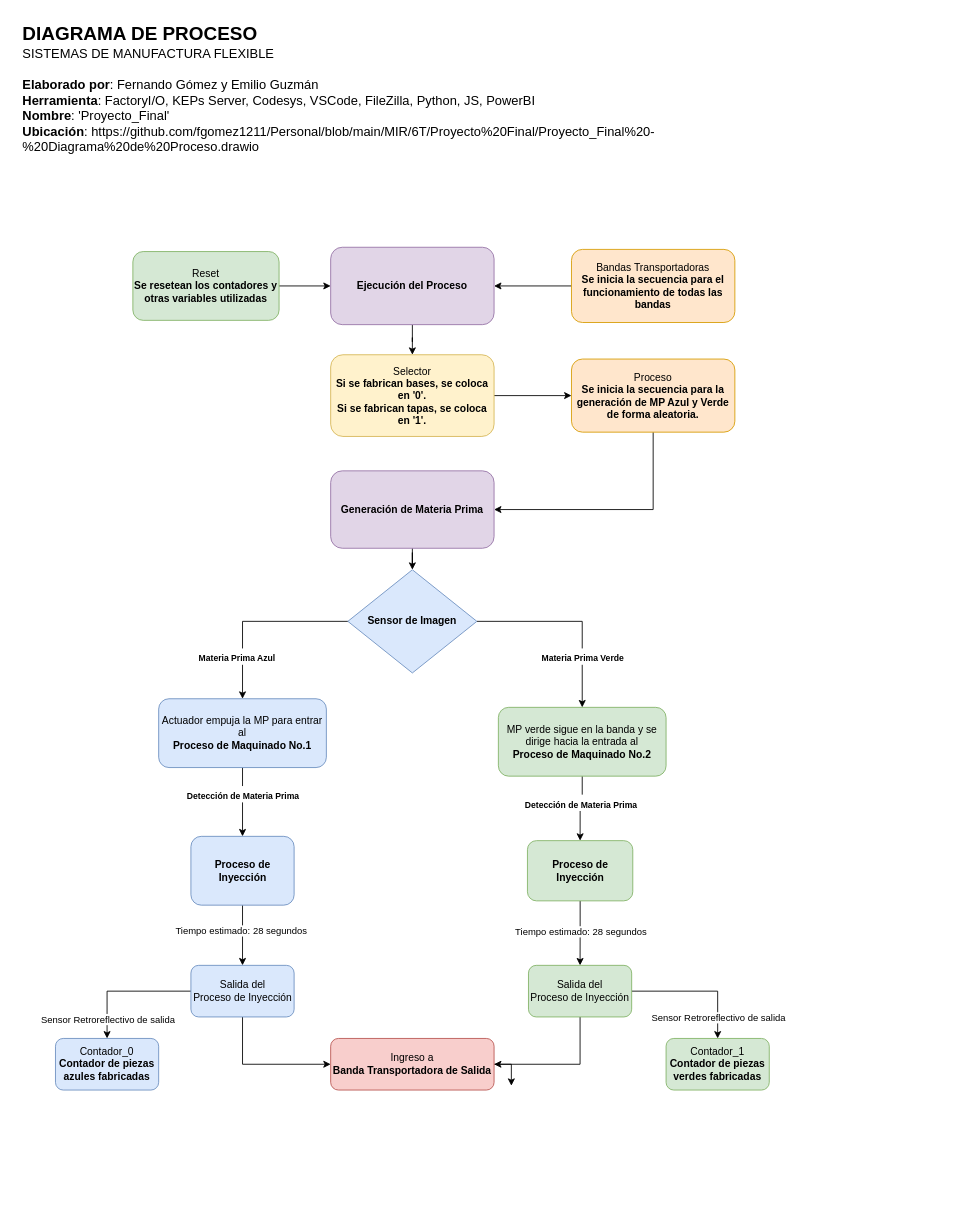
This is MIR/6T/Proyecto Final/Proyecto_Final - Diagrama de Proceso.drawio from fgomez1211/Personal, a draw.io file, before an edit. Source tidied: cells renumbered, new cells numbered last; positions are measured from the earlier drawing's top-left corner, leaving out a move shared by most shapes. Both pictures are drawn from the tidied source at 86%, with x=0, y=0 at pixel (21, 15).
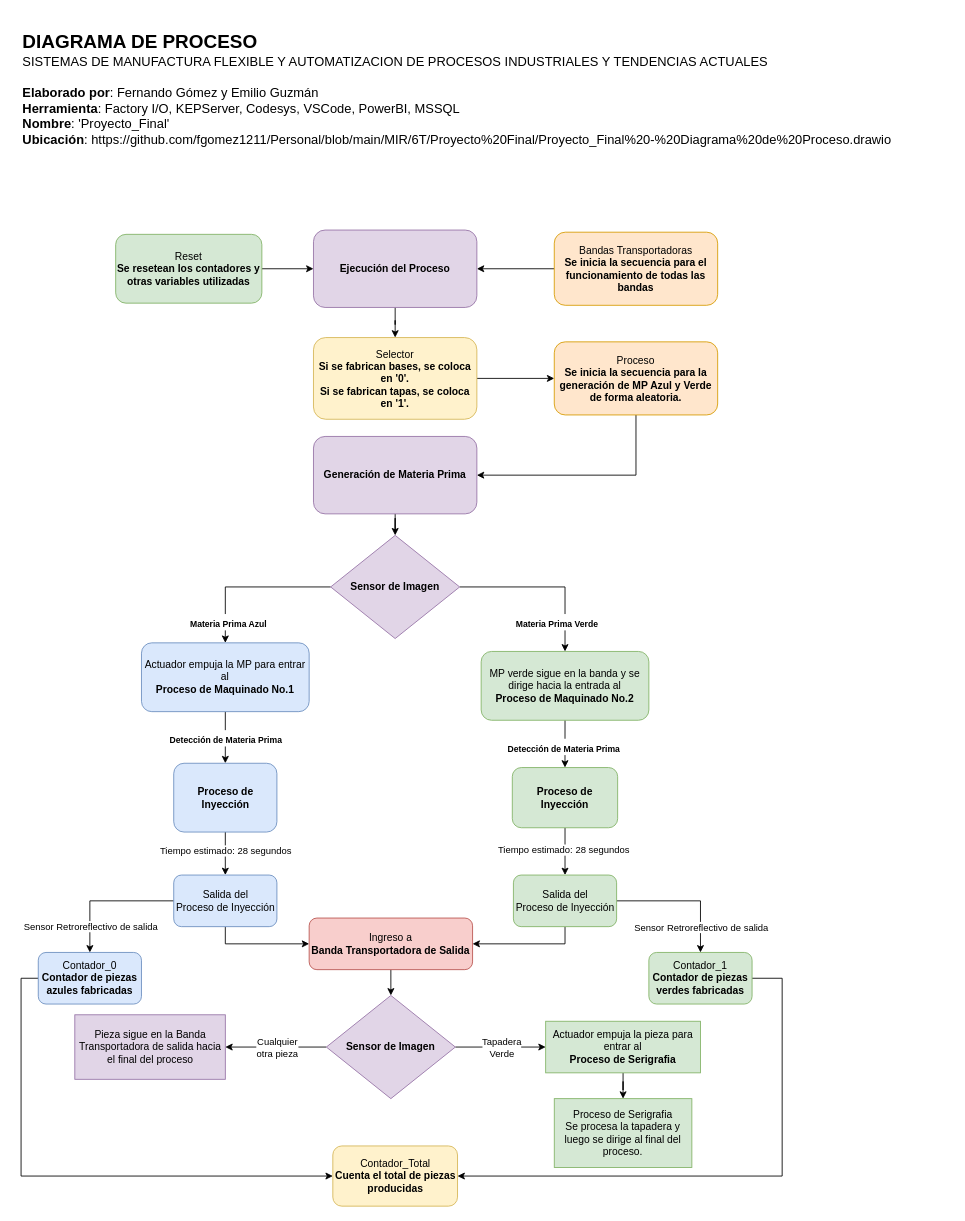
Above is the later version.

Unchanged cells that the change refers to:
```xml
<mxCell id="26" style="edgeStyle=orthogonalEdgeStyle;rounded=0;jettySize=auto;html=1;" parent="1" edge="1" source="28" target="34">
  <mxGeometry relative="1" as="geometry" />
</mxCell>
<mxCell id="32" style="edgeStyle=orthogonalEdgeStyle;rounded=0;jettySize=auto;html=1;" parent="1" edge="1" source="34" target="41">
  <mxGeometry relative="1" as="geometry" />
</mxCell>
```

What changed in the source:
```diff
@@
     <mxCell id="3" value="Reset&lt;br&gt;&lt;b&gt;Se resetean los contadores y otras variables utilizadas&lt;/b&gt;" style="rounded=1;whiteSpace=wrap;html=1;fontSize=12;glass=0;strokeWidth=1;shadow=0;fillColor=#d5e8d4;strokeColor=#82b366;" parent="1" vertex="1">
-      <mxGeometry x="130" y="275" width="170" height="80" as="geometry" />
+      <mxGeometry x="110" y="255" width="170" height="80" as="geometry" />
     </mxCell>
@@
     <mxCell id="5" value="MP verde sigue en la banda y se dirige hacia la entrada al&lt;br&gt;&lt;b&gt;Proceso de Maquinado No.2&lt;/b&gt;" style="whiteSpace=wrap;html=1;rounded=1;glass=0;strokeWidth=1;shadow=0;fillColor=#d5e8d4;strokeColor=#82b366;" parent="1" vertex="1">
-      <mxGeometry x="555" y="805" width="195" height="80" as="geometry" />
+      <mxGeometry x="535" y="740" width="195" height="80" as="geometry" />
     </mxCell>
@@
     <mxCell id="7" value="&lt;b&gt;Proceso de Inyección&lt;/b&gt;" style="whiteSpace=wrap;html=1;rounded=1;glass=0;strokeWidth=1;shadow=0;fillColor=#d5e8d4;strokeColor=#82b366;" parent="1" vertex="1">
-      <mxGeometry x="588.8" y="960" width="122.5" height="70" as="geometry" />
+      <mxGeometry x="571.2" y="875" width="122.5" height="70" as="geometry" />
     </mxCell>
-    <mxCell id="8" value="&lt;b style=&quot;font-size: 22px;&quot;&gt;DIAGRAMA DE PROCESO&lt;br&gt;&lt;/b&gt;&lt;font style=&quot;font-size: 15px;&quot;&gt;&lt;span style=&quot;font-size: 15px;&quot;&gt;SISTEMAS DE MANUFACTURA FLEXIBLE&lt;br&gt;&lt;/span&gt;&lt;br&gt;&lt;span style=&quot;font-size: 15px;&quot;&gt;&lt;b&gt;Elaborado por&lt;/b&gt;: Fernando Gómez y Emilio Guzmán&lt;/span&gt;&lt;br&gt;&lt;span style=&quot;font-size: 15px;&quot;&gt;&lt;b&gt;Herramienta&lt;/b&gt;: FactoryI/O, KEPs Server, Codesys, VSCode, FileZilla, Python, JS, PowerBI&lt;/span&gt;&lt;br&gt;&lt;span style=&quot;font-size: 15px;&quot;&gt;&lt;b&gt;Nombre&lt;/b&gt;: 'Proyecto_Final'&lt;/span&gt;&lt;br&gt;&lt;font style=&quot;font-size: 15px;&quot;&gt;&lt;b&gt;Ubicación&lt;/b&gt;:&amp;nbsp;https://github.com/fgomez1211/Personal/blob/main/MIR/6T/Proyecto%20Final/Proyecto_Final%20-%20Diagrama%20de%20Proceso.drawio&lt;br&gt;&lt;/font&gt;&lt;br&gt;&lt;/font&gt;" style="text;html=1;strokeColor=none;fillColor=none;align=left;verticalAlign=middle;whiteSpace=wrap;rounded=0;" parent="1" vertex="1">
-      <mxGeometry width="860" height="190" as="geometry" />
+    <mxCell id="8" value="&lt;b style=&quot;font-size: 22px;&quot;&gt;DIAGRAMA DE PROCESO&lt;br&gt;&lt;/b&gt;&lt;font style=&quot;font-size: 15px;&quot;&gt;&lt;span style=&quot;font-size: 15px;&quot;&gt;SISTEMAS DE MANUFACTURA FLEXIBLE Y AUTOMATIZACION DE PROCESOS INDUSTRIALES Y TENDENCIAS ACTUALES&lt;br&gt;&lt;/span&gt;&lt;br&gt;&lt;span style=&quot;font-size: 15px;&quot;&gt;&lt;b&gt;Elaborado por&lt;/b&gt;: Fernando Gómez y Emilio Guzmán&lt;/span&gt;&lt;br&gt;&lt;span style=&quot;font-size: 15px;&quot;&gt;&lt;b&gt;Herramienta&lt;/b&gt;: Factory I/O, KEPServer, Codesys, VSCode, PowerBI, MSSQL&lt;/span&gt;&lt;br&gt;&lt;span style=&quot;font-size: 15px;&quot;&gt;&lt;b&gt;Nombre&lt;/b&gt;: 'Proyecto_Final'&lt;/span&gt;&lt;br&gt;&lt;font style=&quot;font-size: 15px;&quot;&gt;&lt;b&gt;Ubicación&lt;/b&gt;:&amp;nbsp;https://github.com/fgomez1211/Personal/blob/main/MIR/6T/Proyecto%20Final/Proyecto_Final%20-%20Diagrama%20de%20Proceso.drawio&lt;br&gt;&lt;/font&gt;&lt;br&gt;&lt;/font&gt;" style="text;html=1;strokeColor=none;fillColor=none;align=left;verticalAlign=middle;whiteSpace=wrap;rounded=0;" parent="1" vertex="1">
+      <mxGeometry width="1080" height="190" as="geometry" />
     </mxCell>
@@
     <mxCell id="10" value="Bandas Transportadoras&lt;br&gt;&lt;b&gt;Se inicia la secuencia para el funcionamiento de todas las bandas&lt;/b&gt;" style="whiteSpace=wrap;html=1;rounded=1;glass=0;strokeWidth=1;shadow=0;fillColor=#ffe6cc;strokeColor=#d79b00;" parent="1" vertex="1">
-      <mxGeometry x="640" y="272.5" width="190" height="85" as="geometry" />
+      <mxGeometry x="620" y="252.5" width="190" height="85" as="geometry" />
     </mxCell>
@@
     <mxCell id="12" value="&lt;b&gt;Ejecución del Proceso&lt;/b&gt;" style="whiteSpace=wrap;html=1;rounded=1;glass=0;strokeWidth=1;shadow=0;fillColor=#e1d5e7;strokeColor=#9673a6;" parent="1" vertex="1">
-      <mxGeometry x="360" y="270" width="190" height="90" as="geometry" />
+      <mxGeometry x="340" y="250" width="190" height="90" as="geometry" />
     </mxCell>
@@
-    <mxCell id="17" value="&lt;b&gt;Sensor de Imagen&lt;/b&gt;" style="rhombus;whiteSpace=wrap;html=1;fillColor=#dae8fc;strokeColor=#6c8ebf;" parent="1" vertex="1">
-      <mxGeometry x="380" y="645" width="150" height="120" as="geometry" />
+    <mxCell id="17" value="&lt;b&gt;Sensor de Imagen&lt;/b&gt;" style="rhombus;whiteSpace=wrap;html=1;fillColor=#e1d5e7;strokeColor=#9673a6;" parent="1" vertex="1">
+      <mxGeometry x="360" y="605" width="150" height="120" as="geometry" />
     </mxCell>
@@
     <mxCell id="19" value="Actuador empuja la MP para entrar al &lt;br&gt;&lt;b&gt;Proceso de Maquinado No.1&lt;/b&gt;" style="whiteSpace=wrap;html=1;rounded=1;glass=0;strokeWidth=1;shadow=0;fillColor=#dae8fc;strokeColor=#6c8ebf;" parent="1" vertex="1">
-      <mxGeometry x="160" y="795" width="195" height="80" as="geometry" />
+      <mxGeometry x="140" y="730" width="195" height="80" as="geometry" />
     </mxCell>
-    <mxCell id="20" style="edgeStyle=orthogonalEdgeStyle;rounded=0;jettySize=auto;html=1;exitX=1;exitY=0.5;exitDx=0;exitDy=0;" parent="1" edge="1" source="21">
-      <mxGeometry relative="1" as="geometry">
-        <mxPoint x="570.1" y="1245" as="targetPoint" />
-      </mxGeometry>
-    </mxCell>
+    <mxCell id="44" style="edgeStyle=orthogonalEdgeStyle;rounded=0;jettySize=auto;html=1;exitX=0.5;exitY=1;exitDx=0;exitDy=0;entryX=0.5;entryY=0;entryDx=0;entryDy=0;" parent="1" edge="1" source="21" target="50">
+      <mxGeometry relative="1" as="geometry" />
+    </mxCell>
     <mxCell id="21" value="Ingreso a &lt;br&gt;&lt;b&gt;Banda Transportadora de Salida&lt;/b&gt;" style="whiteSpace=wrap;html=1;rounded=1;glass=0;strokeWidth=1;shadow=0;fillColor=#f8cecc;strokeColor=#b85450;" parent="1" vertex="1">
-      <mxGeometry x="360" y="1190" width="190" height="60" as="geometry" />
+      <mxGeometry x="335" y="1050" width="190" height="60" as="geometry" />
     </mxCell>
@@
     <mxCell id="23" value="Selector&lt;br&gt;&lt;b&gt;Si se fabrican bases, se coloca en '0'.&lt;br&gt;Si se fabrican tapas, se coloca en '1'.&lt;/b&gt;" style="whiteSpace=wrap;html=1;rounded=1;glass=0;strokeWidth=1;shadow=0;fillColor=#fff2cc;strokeColor=#d6b656;" parent="1" vertex="1">
-      <mxGeometry x="360" y="395" width="190" height="95" as="geometry" />
+      <mxGeometry x="340" y="375" width="190" height="95" as="geometry" />
     </mxCell>
@@
     <mxCell id="25" value="&lt;b&gt;Generación de Materia Prima&lt;/b&gt;" style="whiteSpace=wrap;html=1;rounded=1;glass=0;strokeWidth=1;shadow=0;fillColor=#e1d5e7;strokeColor=#9673a6;" parent="1" vertex="1">
-      <mxGeometry x="360" y="530" width="190" height="90" as="geometry" />
+      <mxGeometry x="340" y="490" width="190" height="90" as="geometry" />
     </mxCell>
@@
     <mxCell id="27" value="Tiempo estimado: 28 segundos" style="edgeLabel;html=1;align=center;verticalAlign=middle;" parent="26" vertex="1">
-      <mxGeometry x="-0.18" y="-2" relative="1" as="geometry" />
+      <mxGeometry x="-0.18" y="-2" relative="1" as="geometry">
+        <mxPoint x="2" as="offset" />
+      </mxGeometry>
     </mxCell>
     <mxCell id="28" value="&lt;b&gt;Proceso de Inyección&lt;/b&gt;" style="whiteSpace=wrap;html=1;rounded=1;glass=0;strokeWidth=1;shadow=0;fillColor=#dae8fc;strokeColor=#6c8ebf;" parent="1" vertex="1">
-      <mxGeometry x="197.5" y="955" width="120" height="80" as="geometry" />
+      <mxGeometry x="177.5" y="870" width="120" height="80" as="geometry" />
     </mxCell>
     <mxCell id="29" value="&lt;b style=&quot;border-color: var(--border-color);&quot;&gt;&lt;font style=&quot;border-color: var(--border-color); font-size: 10px;&quot;&gt;Detección de Materia Prima&lt;/font&gt;&lt;/b&gt;" style="edgeLabel;html=1;align=center;verticalAlign=middle;fontSize=16;" parent="1" vertex="1">
-      <mxGeometry x="257.5" y="905" as="geometry" />
+      <mxGeometry x="237.5" y="840" as="geometry" />
     </mxCell>
     <mxCell id="30" value="&lt;b style=&quot;border-color: var(--border-color);&quot;&gt;&lt;font style=&quot;border-color: var(--border-color); font-size: 10px;&quot;&gt;Detección de Materia Prima&lt;/font&gt;&lt;/b&gt;" style="edgeLabel;html=1;align=center;verticalAlign=middle;fontSize=16;" parent="1" vertex="1">
-      <mxGeometry x="650" y="915" as="geometry" />
+      <mxGeometry x="630" y="850" as="geometry" />
     </mxCell>
@@
     <mxCell id="33" value="Sensor Retroreflectivo de salida" style="edgeLabel;html=1;align=center;verticalAlign=middle;" parent="32" vertex="1">
       <mxGeometry x="0.48" y="-1" relative="1" as="geometry">
-        <mxPoint x="1" y="17" as="offset" />
+        <mxPoint x="1" y="10" as="offset" />
       </mxGeometry>
     </mxCell>
     <mxCell id="34" value="Salida del &lt;br&gt;Proceso de Inyección" style="whiteSpace=wrap;html=1;fillColor=#dae8fc;strokeColor=#6c8ebf;rounded=1;glass=0;strokeWidth=1;shadow=0;" parent="1" vertex="1">
-      <mxGeometry x="197.5" y="1105" width="120" height="60" as="geometry" />
+      <mxGeometry x="177.5" y="1000" width="120" height="60" as="geometry" />
     </mxCell>
@@
     <mxCell id="37" value="Salida del&lt;br&gt;Proceso de Inyección" style="whiteSpace=wrap;html=1;fillColor=#d5e8d4;strokeColor=#82b366;rounded=1;glass=0;strokeWidth=1;shadow=0;" parent="1" vertex="1">
-      <mxGeometry x="590" y="1105" width="120" height="60" as="geometry" />
+      <mxGeometry x="572.5" y="1000" width="120" height="60" as="geometry" />
     </mxCell>
     <mxCell id="38" value="Tiempo estimado: 28 segundos" style="edgeLabel;html=1;align=center;verticalAlign=middle;" parent="1" vertex="1">
-      <mxGeometry x="650" y="1065" as="geometry" />
+      <mxGeometry x="630" y="970" as="geometry" />
     </mxCell>
@@
     <mxCell id="40" value="Proceso&lt;br&gt;&lt;b&gt;Se inicia la secuencia para la generación de MP Azul y Verde de forma aleatoria.&lt;/b&gt;" style="whiteSpace=wrap;html=1;rounded=1;glass=0;strokeWidth=1;shadow=0;fillColor=#ffe6cc;strokeColor=#d79b00;" parent="1" vertex="1">
-      <mxGeometry x="640" y="400" width="190" height="85" as="geometry" />
+      <mxGeometry x="620" y="380" width="190" height="85" as="geometry" />
     </mxCell>
+    <mxCell id="45" style="edgeStyle=orthogonalEdgeStyle;rounded=0;jettySize=auto;html=1;exitX=0;exitY=0.5;exitDx=0;exitDy=0;entryX=0;entryY=0.5;entryDx=0;entryDy=0;" parent="1" edge="1" source="41" target="55">
+      <mxGeometry relative="1" as="geometry" />
+    </mxCell>
     <mxCell id="41" value="Contador_0&lt;br&gt;&lt;b&gt;Contador de piezas azules fabricadas&lt;/b&gt;" style="whiteSpace=wrap;html=1;fillColor=#dae8fc;strokeColor=#6c8ebf;rounded=1;glass=0;strokeWidth=1;shadow=0;" parent="1" vertex="1">
-      <mxGeometry x="40" y="1190" width="120" height="60" as="geometry" />
+      <mxGeometry x="20" y="1090" width="120" height="60" as="geometry" />
     </mxCell>
+    <mxCell id="46" style="edgeStyle=orthogonalEdgeStyle;rounded=0;jettySize=auto;html=1;exitX=1;exitY=0.5;exitDx=0;exitDy=0;entryX=1;entryY=0.5;entryDx=0;entryDy=0;" parent="1" edge="1" source="42" target="55">
+      <mxGeometry relative="1" as="geometry">
+        <Array as="points">
+          <mxPoint x="885" y="1120" />
+          <mxPoint x="885" y="1350" />
+        </Array>
+      </mxGeometry>
+    </mxCell>
     <mxCell id="42" value="Contador_1&lt;br style=&quot;border-color: var(--border-color);&quot;&gt;&lt;b style=&quot;border-color: var(--border-color);&quot;&gt;Contador de piezas verdes fabricadas&lt;/b&gt;" style="whiteSpace=wrap;html=1;fillColor=#d5e8d4;strokeColor=#82b366;rounded=1;glass=0;strokeWidth=1;shadow=0;" parent="1" vertex="1">
-      <mxGeometry x="750" y="1190" width="120" height="60" as="geometry" />
+      <mxGeometry x="730" y="1090" width="120" height="60" as="geometry" />
     </mxCell>
     <mxCell id="43" value="Sensor Retroreflectivo de salida" style="edgeLabel;html=1;align=center;verticalAlign=middle;" parent="1" vertex="1">
-      <mxGeometry x="810" y="1165" as="geometry" />
+      <mxGeometry x="790" y="1060" as="geometry" />
     </mxCell>
+    <mxCell id="47" style="edgeStyle=orthogonalEdgeStyle;rounded=0;jettySize=auto;html=1;" parent="1" edge="1" source="50" target="52">
+      <mxGeometry relative="1" as="geometry" />
+    </mxCell>
+    <mxCell id="48" value="Tapadera&lt;br&gt;Verde" style="edgeLabel;html=1;align=center;verticalAlign=middle;" parent="47" vertex="1">
+      <mxGeometry x="-0.35" y="-1" relative="1" as="geometry">
+        <mxPoint x="19" y="-1" as="offset" />
+      </mxGeometry>
+    </mxCell>
+    <mxCell id="49" style="edgeStyle=orthogonalEdgeStyle;rounded=0;jettySize=auto;html=1;" parent="1" edge="1" source="50" target="53">
+      <mxGeometry relative="1" as="geometry" />
+    </mxCell>
+    <mxCell id="50" value="&lt;b&gt;Sensor de Imagen&lt;/b&gt;" style="rhombus;whiteSpace=wrap;html=1;fillColor=#e1d5e7;strokeColor=#9673a6;" parent="1" vertex="1">
+      <mxGeometry x="355" y="1140" width="150" height="120" as="geometry" />
+    </mxCell>
+    <mxCell id="51" style="edgeStyle=orthogonalEdgeStyle;rounded=0;jettySize=auto;html=1;" parent="1" edge="1" source="52" target="54">
+      <mxGeometry relative="1" as="geometry" />
+    </mxCell>
+    <mxCell id="52" value="Actuador empuja la pieza para entrar al&lt;br style=&quot;border-color: var(--border-color);&quot;&gt;&lt;b style=&quot;border-color: var(--border-color);&quot;&gt;Proceso de Serigrafia&lt;/b&gt;" style="whiteSpace=wrap;html=1;fillColor=#d5e8d4;strokeColor=#82b366;" parent="1" vertex="1">
+      <mxGeometry x="610" y="1170" width="180" height="60" as="geometry" />
+    </mxCell>
+    <mxCell id="53" value="Pieza sigue en la Banda Transportadora de salida hacia el final del proceso" style="whiteSpace=wrap;html=1;fillColor=#e1d5e7;strokeColor=#9673a6;" parent="1" vertex="1">
+      <mxGeometry x="62.5" y="1162.5" width="175" height="75" as="geometry" />
+    </mxCell>
+    <mxCell id="54" value="Proceso de Serigrafia&lt;br&gt;&lt;span&gt;Se procesa la tapadera y luego se dirige al final del proceso.&lt;/span&gt;" style="whiteSpace=wrap;html=1;fillColor=#d5e8d4;strokeColor=#82b366;fontStyle=0;" parent="1" vertex="1">
+      <mxGeometry x="620" y="1260" width="160" height="80" as="geometry" />
+    </mxCell>
+    <mxCell id="55" value="Contador_Total&lt;br&gt;&lt;b&gt;Cuenta el total de piezas producidas&lt;/b&gt;" style="whiteSpace=wrap;html=1;fillColor=#fff2cc;strokeColor=#d6b656;rounded=1;glass=0;strokeWidth=1;shadow=0;" parent="1" vertex="1">
+      <mxGeometry x="362.5" y="1315" width="145" height="70" as="geometry" />
+    </mxCell>
+    <mxCell id="56" value="Cualquier&lt;br&gt;otra pieza" style="edgeLabel;html=1;align=center;verticalAlign=middle;" parent="1" vertex="1">
+      <mxGeometry x="297.5" y="1200" as="geometry" />
+    </mxCell>
```
